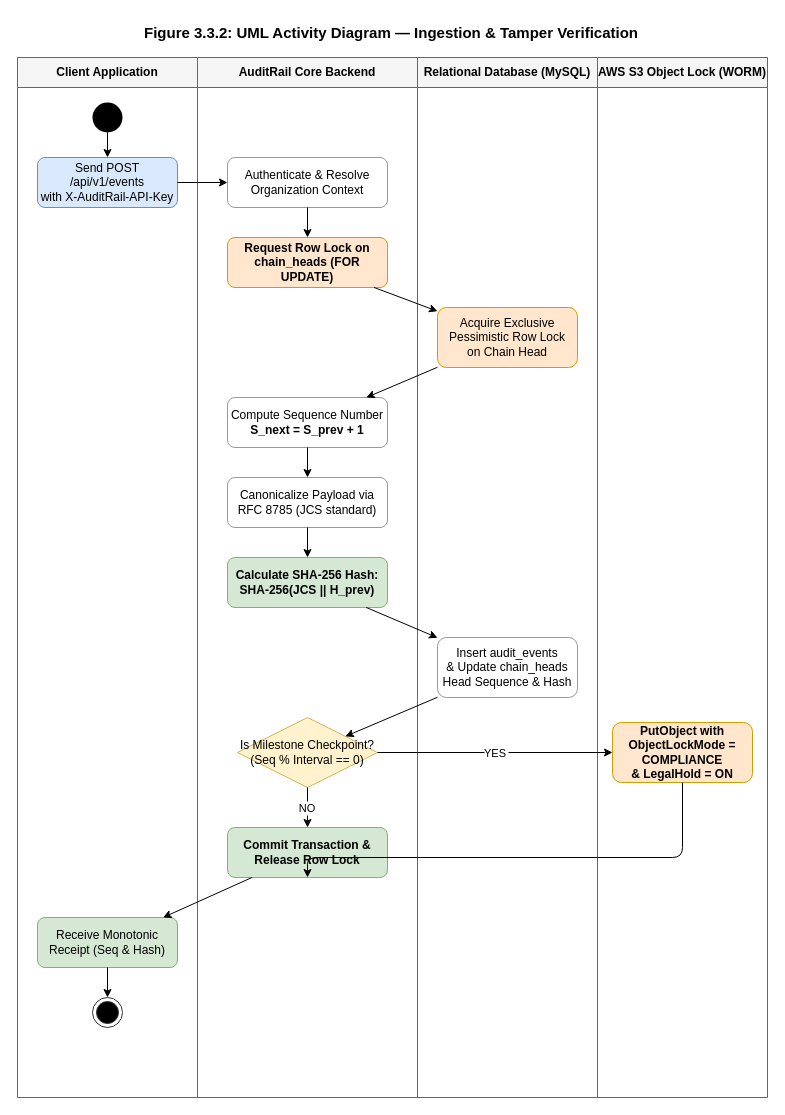
Earlier version of the draw.io diagram diagrams/drawio_xml/3.3.2_activity_diagram.drawio.xml (YashBiware/AuditRail). Source tidied: cells renumbered, new cells numbered last; positions are measured from the earlier drawing's top-left corner, leaving out a move shared by most shapes. Both pictures are drawn from the tidied source at 100%, with x=0, y=0 at pixel (17, 17).
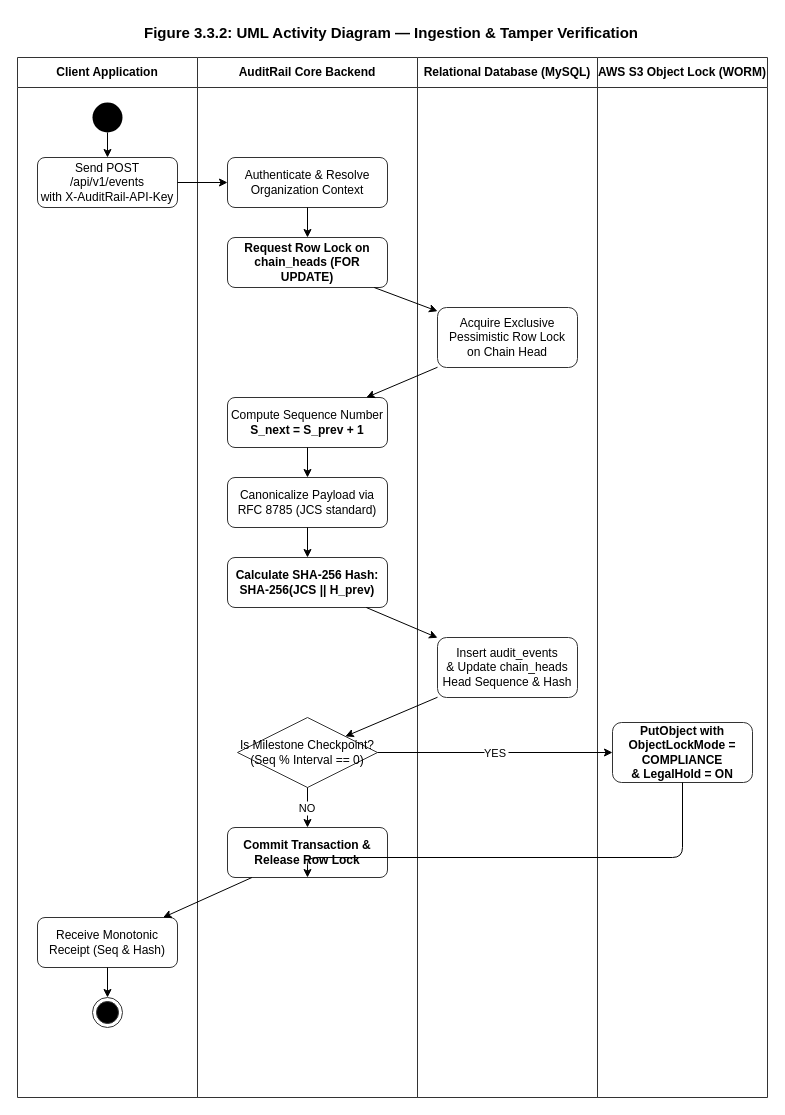
The same diagram, later.

Change to the diagram source:
```diff
@@
-<mxGraphModel>
+<mxGraphModel background="#ffffff">
@@
-    <mxCell id="3" value="Client Application" style="swimlane;whiteSpace=wrap;html=1;fillColor=#f5f5f5;strokeColor=#666666;startSize=30;fontStyle=1;" parent="1" vertex="1">
+    <mxCell id="3" value="Client Application" style="swimlane;whiteSpace=wrap;html=1;fillColor=#ffffff;strokeColor=#333333;startSize=30;fontStyle=1;" parent="1" vertex="1">
       <mxGeometry y="40" width="180" height="1040" as="geometry" />
     </mxCell>
@@
-    <mxCell id="5" value="Send POST /api/v1/events&lt;br&gt;with X-AuditRail-API-Key" style="rounded=1;whiteSpace=wrap;html=1;fillColor=#dae8fc;strokeColor=#6c8ebf;" parent="3" vertex="1">
+    <mxCell id="5" value="Send POST /api/v1/events&lt;br&gt;with X-AuditRail-API-Key" style="rounded=1;whiteSpace=wrap;html=1;fillColor=#ffffff;strokeColor=#333333;" parent="3" vertex="1">
       <mxGeometry x="20" y="100" width="140" height="50" as="geometry" />
     </mxCell>
-    <mxCell id="6" value="Receive Monotonic&lt;br&gt;Receipt (Seq &amp;amp; Hash)" style="rounded=1;whiteSpace=wrap;html=1;fillColor=#d5e8d4;strokeColor=#82b366;" parent="3" vertex="1">
+    <mxCell id="6" value="Receive Monotonic&lt;br&gt;Receipt (Seq &amp;amp; Hash)" style="rounded=1;whiteSpace=wrap;html=1;fillColor=#ffffff;strokeColor=#333333;" parent="3" vertex="1">
       <mxGeometry x="20" y="860" width="140" height="50" as="geometry" />
     </mxCell>
@@
-    <mxCell id="8" value="AuditRail Core Backend" style="swimlane;whiteSpace=wrap;html=1;fillColor=#f5f5f5;strokeColor=#666666;startSize=30;fontStyle=1;" parent="1" vertex="1">
+    <mxCell id="8" value="AuditRail Core Backend" style="swimlane;whiteSpace=wrap;html=1;fillColor=#ffffff;strokeColor=#333333;startSize=30;fontStyle=1;" parent="1" vertex="1">
       <mxGeometry x="180" y="40" width="220" height="1040" as="geometry" />
     </mxCell>
-    <mxCell id="9" value="Authenticate &amp;amp; Resolve&lt;br&gt;Organization Context" style="rounded=1;whiteSpace=wrap;html=1;fillColor=#ffffff;strokeColor=#999999;" parent="8" vertex="1">
+    <mxCell id="9" value="Authenticate &amp;amp; Resolve&lt;br&gt;Organization Context" style="rounded=1;whiteSpace=wrap;html=1;fillColor=#ffffff;strokeColor=#333333;" parent="8" vertex="1">
       <mxGeometry x="30" y="100" width="160" height="50" as="geometry" />
     </mxCell>
-    <mxCell id="10" value="Request Row Lock on&lt;br&gt;chain_heads (FOR UPDATE)" style="rounded=1;whiteSpace=wrap;html=1;fillColor=#ffe6cc;strokeColor=#d79b00;fontStyle=1;" parent="8" vertex="1">
+    <mxCell id="10" value="Request Row Lock on&lt;br&gt;chain_heads (FOR UPDATE)" style="rounded=1;whiteSpace=wrap;html=1;fillColor=#ffffff;strokeColor=#333333;fontStyle=1;" parent="8" vertex="1">
       <mxGeometry x="30" y="180" width="160" height="50" as="geometry" />
     </mxCell>
-    <mxCell id="11" value="Compute Sequence Number&lt;br&gt;&lt;b&gt;S_next = S_prev + 1&lt;/b&gt;" style="rounded=1;whiteSpace=wrap;html=1;fillColor=#ffffff;strokeColor=#999999;" parent="8" vertex="1">
+    <mxCell id="11" value="Compute Sequence Number&lt;br&gt;&lt;b&gt;S_next = S_prev + 1&lt;/b&gt;" style="rounded=1;whiteSpace=wrap;html=1;fillColor=#ffffff;strokeColor=#333333;" parent="8" vertex="1">
       <mxGeometry x="30" y="340" width="160" height="50" as="geometry" />
     </mxCell>
-    <mxCell id="12" value="Canonicalize Payload via&lt;br&gt;RFC 8785 (JCS standard)" style="rounded=1;whiteSpace=wrap;html=1;fillColor=#ffffff;strokeColor=#999999;" parent="8" vertex="1">
+    <mxCell id="12" value="Canonicalize Payload via&lt;br&gt;RFC 8785 (JCS standard)" style="rounded=1;whiteSpace=wrap;html=1;fillColor=#ffffff;strokeColor=#333333;" parent="8" vertex="1">
       <mxGeometry x="30" y="420" width="160" height="50" as="geometry" />
     </mxCell>
-    <mxCell id="13" value="Calculate SHA-256 Hash:&lt;br&gt;SHA-256(JCS || H_prev)" style="rounded=1;whiteSpace=wrap;html=1;fillColor=#d5e8d4;strokeColor=#82b366;fontStyle=1;" parent="8" vertex="1">
+    <mxCell id="13" value="Calculate SHA-256 Hash:&lt;br&gt;SHA-256(JCS || H_prev)" style="rounded=1;whiteSpace=wrap;html=1;fillColor=#ffffff;strokeColor=#333333;fontStyle=1;" parent="8" vertex="1">
       <mxGeometry x="30" y="500" width="160" height="50" as="geometry" />
     </mxCell>
-    <mxCell id="14" value="Is Milestone Checkpoint?&lt;br&gt;(Seq % Interval == 0)" style="rhombus;whiteSpace=wrap;html=1;fillColor=#fff2cc;strokeColor=#d6b656;" parent="8" vertex="1">
+    <mxCell id="14" value="Is Milestone Checkpoint?&lt;br&gt;(Seq % Interval == 0)" style="rhombus;whiteSpace=wrap;html=1;fillColor=#ffffff;strokeColor=#333333;" parent="8" vertex="1">
       <mxGeometry x="40" y="660" width="140" height="70" as="geometry" />
     </mxCell>
-    <mxCell id="15" value="Commit Transaction &amp;amp;&lt;br&gt;Release Row Lock" style="rounded=1;whiteSpace=wrap;html=1;fillColor=#d5e8d4;strokeColor=#82b366;fontStyle=1;" parent="8" vertex="1">
+    <mxCell id="15" value="Commit Transaction &amp;amp;&lt;br&gt;Release Row Lock" style="rounded=1;whiteSpace=wrap;html=1;fillColor=#ffffff;strokeColor=#333333;fontStyle=1;" parent="8" vertex="1">
       <mxGeometry x="30" y="770" width="160" height="50" as="geometry" />
     </mxCell>
-    <mxCell id="16" value="Relational Database (MySQL)" style="swimlane;whiteSpace=wrap;html=1;fillColor=#f5f5f5;strokeColor=#666666;startSize=30;fontStyle=1;" parent="1" vertex="1">
+    <mxCell id="16" value="Relational Database (MySQL)" style="swimlane;whiteSpace=wrap;html=1;fillColor=#ffffff;strokeColor=#333333;startSize=30;fontStyle=1;" parent="1" vertex="1">
       <mxGeometry x="400" y="40" width="180" height="1040" as="geometry" />
     </mxCell>
-    <mxCell id="17" value="Acquire Exclusive&lt;br&gt;Pessimistic Row Lock&lt;br&gt;on Chain Head" style="rounded=1;whiteSpace=wrap;html=1;fillColor=#ffe6cc;strokeColor=#d79b00;" parent="16" vertex="1">
+    <mxCell id="17" value="Acquire Exclusive&lt;br&gt;Pessimistic Row Lock&lt;br&gt;on Chain Head" style="rounded=1;whiteSpace=wrap;html=1;fillColor=#ffffff;strokeColor=#333333;" parent="16" vertex="1">
       <mxGeometry x="20" y="250" width="140" height="60" as="geometry" />
     </mxCell>
-    <mxCell id="18" value="Insert audit_events&lt;br&gt;&amp;amp; Update chain_heads&lt;br&gt;Head Sequence &amp;amp; Hash" style="rounded=1;whiteSpace=wrap;html=1;fillColor=#ffffff;strokeColor=#999999;" parent="16" vertex="1">
+    <mxCell id="18" value="Insert audit_events&lt;br&gt;&amp;amp; Update chain_heads&lt;br&gt;Head Sequence &amp;amp; Hash" style="rounded=1;whiteSpace=wrap;html=1;fillColor=#ffffff;strokeColor=#333333;" parent="16" vertex="1">
       <mxGeometry x="20" y="580" width="140" height="60" as="geometry" />
     </mxCell>
-    <mxCell id="19" value="AWS S3 Object Lock (WORM)" style="swimlane;whiteSpace=wrap;html=1;fillColor=#f5f5f5;strokeColor=#666666;startSize=30;fontStyle=1;" parent="1" vertex="1">
+    <mxCell id="19" value="AWS S3 Object Lock (WORM)" style="swimlane;whiteSpace=wrap;html=1;fillColor=#ffffff;strokeColor=#333333;startSize=30;fontStyle=1;" parent="1" vertex="1">
       <mxGeometry x="580" y="40" width="170" height="1040" as="geometry" />
     </mxCell>
-    <mxCell id="20" value="PutObject with&lt;br&gt;ObjectLockMode = COMPLIANCE&lt;br&gt;&amp;amp; LegalHold = ON" style="rounded=1;whiteSpace=wrap;html=1;fillColor=#ffe6cc;strokeColor=#d79b00;fontStyle=1;" parent="19" vertex="1">
+    <mxCell id="20" value="PutObject with&lt;br&gt;ObjectLockMode = COMPLIANCE&lt;br&gt;&amp;amp; LegalHold = ON" style="rounded=1;whiteSpace=wrap;html=1;fillColor=#ffffff;strokeColor=#333333;fontStyle=1;" parent="19" vertex="1">
       <mxGeometry x="15" y="665" width="140" height="60" as="geometry" />
     </mxCell>
```
